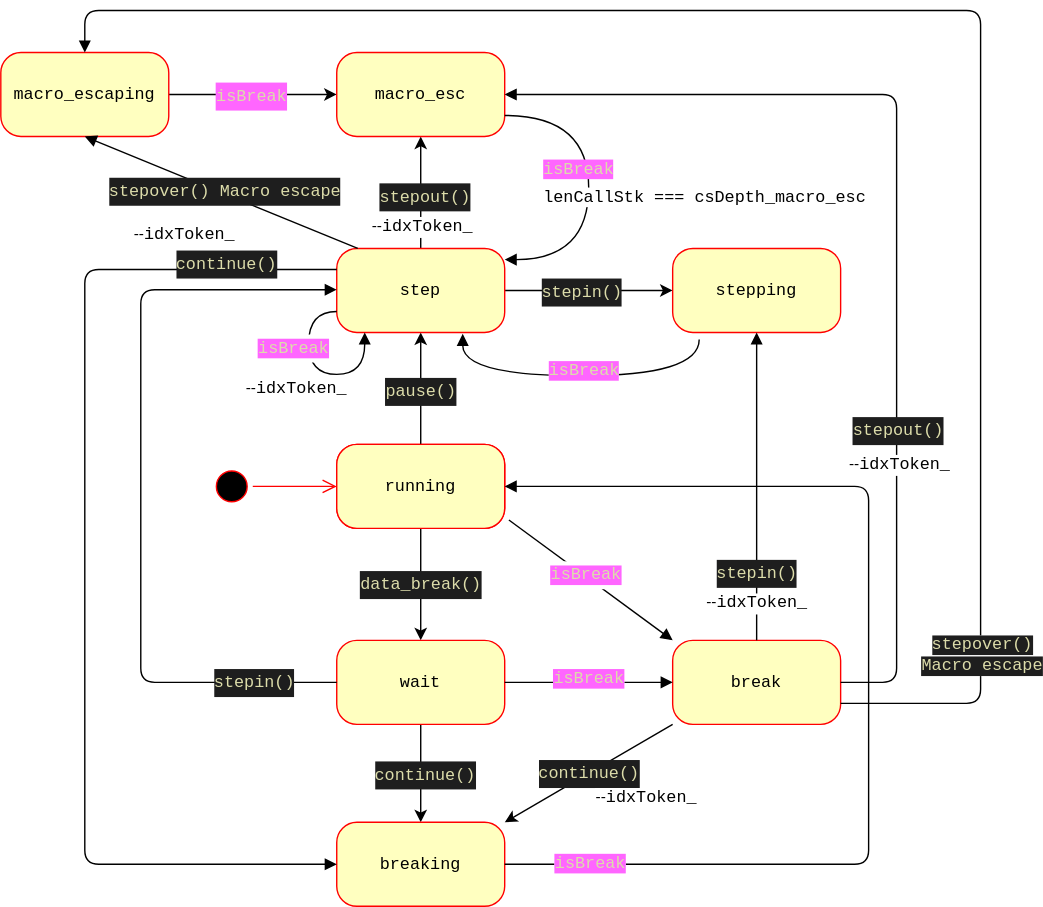
The draw.io diagram res/img/breakState.svg in famibee/SKYNovel-vscode-extension, before a commit. Source tidied: cells renumbered, new cells last; positions are measured from the earlier drawing's top-left corner, leaving out a move shared by most shapes.
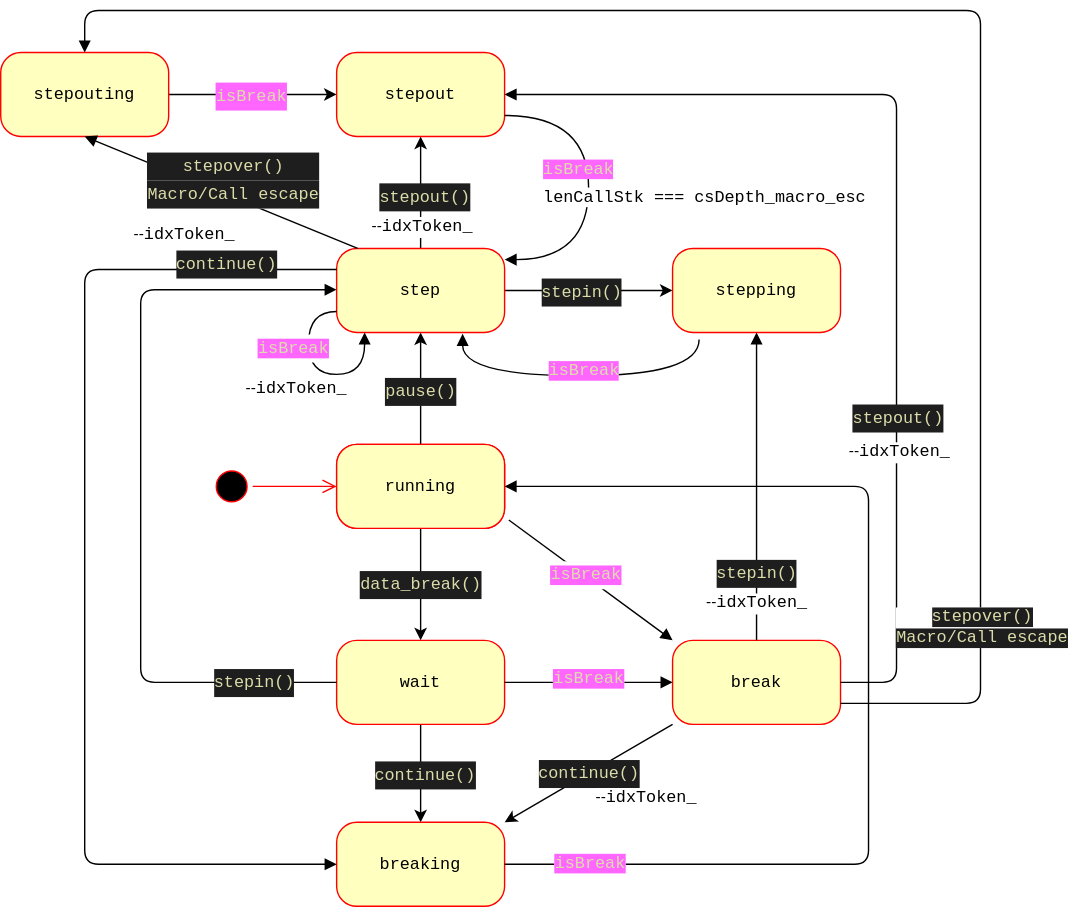
After the commit.

Commit message:
breakState.svg を更新します

Diff of the diagram source:
```diff
@@ -90,10 +90,10 @@
     <mxCell id="25" value="&lt;div style=&quot;color: rgb(212, 212, 212); font-family: menlo, monaco, &amp;quot;courier new&amp;quot;, monospace; font-size: 12px; line-height: 20px;&quot;&gt;&lt;span style=&quot;color: #dcdcaa&quot;&gt;isBreak&lt;/span&gt;&lt;/div&gt;" style="edgeLabel;html=1;align=center;verticalAlign=middle;fontColor=#000000;labelBackgroundColor=#FF66FF;" parent="24" vertex="1">
       <mxGeometry x="-0.03" relative="1" as="geometry" />
     </mxCell>
-    <mxCell id="26" value="&lt;div style=&quot;font-family: menlo, monaco, &amp;quot;courier new&amp;quot;, monospace; line-height: 20px;&quot;&gt;&lt;div style=&quot;font-family: &amp;quot;menlo&amp;quot; , &amp;quot;monaco&amp;quot; , &amp;quot;courier new&amp;quot; , monospace ; line-height: 20px&quot;&gt;&lt;div style=&quot;font-family: &amp;quot;menlo&amp;quot; , &amp;quot;monaco&amp;quot; , &amp;quot;courier new&amp;quot; , monospace ; line-height: 20px&quot;&gt;&lt;span style=&quot;&quot;&gt;macro_esc&lt;/span&gt;&lt;/div&gt;&lt;/div&gt;&lt;/div&gt;" style="rounded=1;whiteSpace=wrap;html=1;arcSize=24;fillColor=#ffffc0;strokeColor=#ff0000;shadow=0;comic=0;labelBackgroundColor=none;fontFamily=Verdana;fontSize=12;align=center;" parent="1" vertex="1">
+    <mxCell id="26" value="&lt;div style=&quot;font-family: &amp;quot;menlo&amp;quot; , &amp;quot;monaco&amp;quot; , &amp;quot;courier new&amp;quot; , monospace ; line-height: 20px&quot;&gt;&lt;div style=&quot;font-family: &amp;quot;menlo&amp;quot; , &amp;quot;monaco&amp;quot; , &amp;quot;courier new&amp;quot; , monospace ; line-height: 20px&quot;&gt;&lt;div style=&quot;font-family: &amp;quot;menlo&amp;quot; , &amp;quot;monaco&amp;quot; , &amp;quot;courier new&amp;quot; , monospace ; line-height: 20px&quot;&gt;&lt;div style=&quot;font-family: menlo, monaco, &amp;quot;courier new&amp;quot;, monospace; line-height: 20px;&quot;&gt;&lt;span style=&quot;&quot;&gt;stepout&lt;/span&gt;&lt;/div&gt;&lt;/div&gt;&lt;/div&gt;&lt;/div&gt;" style="rounded=1;whiteSpace=wrap;html=1;arcSize=24;fillColor=#ffffc0;strokeColor=#ff0000;shadow=0;comic=0;labelBackgroundColor=none;fontFamily=Verdana;fontSize=12;align=center;" parent="1" vertex="1">
       <mxGeometry x="240" y="30" width="120" height="60" as="geometry" />
     </mxCell>
-    <mxCell id="27" value="&lt;div style=&quot;font-family: &amp;quot;menlo&amp;quot; , &amp;quot;monaco&amp;quot; , &amp;quot;courier new&amp;quot; , monospace ; line-height: 20px&quot;&gt;&lt;div style=&quot;font-family: &amp;quot;menlo&amp;quot; , &amp;quot;monaco&amp;quot; , &amp;quot;courier new&amp;quot; , monospace ; line-height: 20px&quot;&gt;&lt;div style=&quot;font-family: &amp;quot;menlo&amp;quot; , &amp;quot;monaco&amp;quot; , &amp;quot;courier new&amp;quot; , monospace ; line-height: 20px&quot;&gt;&lt;div style=&quot;font-family: menlo, monaco, &amp;quot;courier new&amp;quot;, monospace; line-height: 20px;&quot;&gt;&lt;span style=&quot;&quot;&gt;macro_escaping&lt;/span&gt;&lt;/div&gt;&lt;/div&gt;&lt;/div&gt;&lt;/div&gt;" style="rounded=1;whiteSpace=wrap;html=1;arcSize=24;fillColor=#ffffc0;strokeColor=#ff0000;shadow=0;comic=0;labelBackgroundColor=none;fontFamily=Verdana;fontSize=12;align=center;" parent="1" vertex="1">
+    <mxCell id="27" value="&lt;div style=&quot;font-family: &amp;quot;menlo&amp;quot; , &amp;quot;monaco&amp;quot; , &amp;quot;courier new&amp;quot; , monospace ; line-height: 20px&quot;&gt;&lt;div style=&quot;font-family: &amp;quot;menlo&amp;quot; , &amp;quot;monaco&amp;quot; , &amp;quot;courier new&amp;quot; , monospace ; line-height: 20px&quot;&gt;&lt;div style=&quot;font-family: &amp;quot;menlo&amp;quot; , &amp;quot;monaco&amp;quot; , &amp;quot;courier new&amp;quot; , monospace ; line-height: 20px&quot;&gt;&lt;div style=&quot;font-family: &amp;quot;menlo&amp;quot; , &amp;quot;monaco&amp;quot; , &amp;quot;courier new&amp;quot; , monospace ; line-height: 20px&quot;&gt;&lt;span style=&quot;font-family: menlo, monaco, &amp;quot;courier new&amp;quot;, monospace;&quot;&gt;stepout&lt;/span&gt;&lt;span&gt;ing&lt;/span&gt;&lt;/div&gt;&lt;/div&gt;&lt;/div&gt;&lt;/div&gt;" style="rounded=1;whiteSpace=wrap;html=1;arcSize=24;fillColor=#ffffc0;strokeColor=#ff0000;shadow=0;comic=0;labelBackgroundColor=none;fontFamily=Verdana;fontSize=12;align=center;" parent="1" vertex="1">
       <mxGeometry y="30" width="120" height="60" as="geometry" />
     </mxCell>
     <mxCell id="28" style="endArrow=block;endFill=1;html=1;edgeStyle=orthogonalEdgeStyle;align=left;verticalAlign=top;fontColor=#000000;exitX=1;exitY=0.75;exitDx=0;exitDy=0;entryX=1;entryY=0.133;entryDx=0;entryDy=0;entryPerimeter=0;curved=1;" parent="1" edge="1" source="26" target="20">
@@ -193,9 +193,9 @@
     <mxCell id="45" style="endArrow=block;endFill=1;html=1;align=left;verticalAlign=top;fontColor=#000000;entryX=0.5;entryY=1;entryDx=0;entryDy=0;exitX=0.125;exitY=0;exitDx=0;exitDy=0;exitPerimeter=0;" parent="1" edge="1" source="20" target="27">
       <mxGeometry x="-1" relative="1" as="geometry" />
     </mxCell>
-    <mxCell id="46" value="&lt;div style=&quot;color: rgb(212 , 212 , 212) ; background-color: rgb(30 , 30 , 30) ; font-family: &amp;#34;menlo&amp;#34; , &amp;#34;monaco&amp;#34; , &amp;#34;courier new&amp;#34; , monospace ; font-size: 12px ; line-height: 20px&quot;&gt;&lt;span style=&quot;color: #dcdcaa&quot;&gt;stepover() Macro escape&lt;/span&gt;&lt;/div&gt;" style="edgeLabel;html=1;align=center;verticalAlign=middle;fontColor=#000000;" parent="45" vertex="1">
+    <mxCell id="46" value="&lt;div style=&quot;color: rgb(212 , 212 , 212) ; background-color: rgb(30 , 30 , 30) ; font-family: &amp;#34;menlo&amp;#34; , &amp;#34;monaco&amp;#34; , &amp;#34;courier new&amp;#34; , monospace ; font-size: 12px ; line-height: 20px&quot;&gt;&lt;span style=&quot;color: #dcdcaa&quot;&gt;stepover()&lt;/span&gt;&lt;/div&gt;&lt;div style=&quot;color: rgb(212 , 212 , 212) ; background-color: rgb(30 , 30 , 30) ; font-family: &amp;#34;menlo&amp;#34; , &amp;#34;monaco&amp;#34; , &amp;#34;courier new&amp;#34; , monospace ; font-size: 12px ; line-height: 20px&quot;&gt;&lt;span style=&quot;color: #dcdcaa&quot;&gt;Macro/Call escape&lt;/span&gt;&lt;/div&gt;" style="edgeLabel;html=1;align=center;verticalAlign=middle;fontColor=#000000;" parent="45" vertex="1">
       <mxGeometry x="-0.01" y="-1" relative="1" as="geometry">
-        <mxPoint y="-1" as="offset" />
+        <mxPoint x="5.8" y="-9.6" as="offset" />
       </mxGeometry>
     </mxCell>
     <mxCell id="47" style="endArrow=block;endFill=1;html=1;edgeStyle=orthogonalEdgeStyle;align=left;verticalAlign=top;fontColor=#000000;entryX=0.5;entryY=1;entryDx=0;entryDy=0;exitX=0.5;exitY=0;exitDx=0;exitDy=0;" parent="1" edge="1" source="37" target="23">
@@ -218,12 +218,12 @@
     </mxCell>
     <mxCell id="51" value="&lt;div style=&quot;color: rgb(212 , 212 , 212) ; background-color: rgb(30 , 30 , 30) ; font-family: &amp;#34;menlo&amp;#34; , &amp;#34;monaco&amp;#34; , &amp;#34;courier new&amp;#34; , monospace ; font-size: 12px ; line-height: 20px&quot;&gt;&lt;span style=&quot;color: #dcdcaa&quot;&gt;stepout()&lt;/span&gt;&lt;/div&gt;" style="edgeLabel;html=1;align=center;verticalAlign=middle;fontColor=#000000;" parent="50" vertex="1">
       <mxGeometry x="-0.46" relative="1" as="geometry">
-        <mxPoint y="-21" as="offset" />
+        <mxPoint y="-30" as="offset" />
       </mxGeometry>
     </mxCell>
     <mxCell id="52" value="--&lt;span style=&quot;font-family: &amp;#34;menlo&amp;#34; , &amp;#34;monaco&amp;#34; , &amp;#34;courier new&amp;#34; , monospace ; font-size: 12px&quot;&gt;idxToken_&lt;/span&gt;" style="edgeLabel;html=1;align=center;verticalAlign=middle;fontColor=#000000;" parent="50" vertex="1">
       <mxGeometry x="-0.49" y="-1" relative="1" as="geometry">
-        <mxPoint y="-7" as="offset" />
+        <mxPoint y="-16" as="offset" />
       </mxGeometry>
     </mxCell>
     <mxCell id="53" style="endArrow=block;endFill=1;html=1;edgeStyle=orthogonalEdgeStyle;align=left;verticalAlign=top;fontColor=#000000;exitX=1;exitY=0.75;exitDx=0;exitDy=0;entryX=0.5;entryY=0;entryDx=0;entryDy=0;" parent="1" edge="1" source="37" target="27">
@@ -235,9 +235,9 @@
         </Array>
       </mxGeometry>
     </mxCell>
-    <mxCell id="54" value="&lt;span style=&quot;color: rgb(220 , 220 , 170) ; font-family: &amp;#34;menlo&amp;#34; , &amp;#34;monaco&amp;#34; , &amp;#34;courier new&amp;#34; , monospace ; font-size: 12px ; background-color: rgb(30 , 30 , 30)&quot;&gt;stepover()&lt;br&gt;Macro escape&lt;/span&gt;" style="edgeLabel;html=1;align=center;verticalAlign=middle;fontColor=#000000;" parent="53" vertex="1">
+    <mxCell id="54" value="&lt;span style=&quot;color: rgb(220 , 220 , 170) ; font-family: &amp;#34;menlo&amp;#34; , &amp;#34;monaco&amp;#34; , &amp;#34;courier new&amp;#34; , monospace ; font-size: 12px ; background-color: rgb(30 , 30 , 30)&quot;&gt;stepover()&lt;br&gt;Macro/Call escape&lt;/span&gt;" style="edgeLabel;html=1;align=center;verticalAlign=middle;fontColor=#000000;" parent="53" vertex="1">
       <mxGeometry x="-0.75" relative="1" as="geometry">
-        <mxPoint y="26" as="offset" />
+        <mxPoint y="6" as="offset" />
       </mxGeometry>
     </mxCell>
   </root>
```
